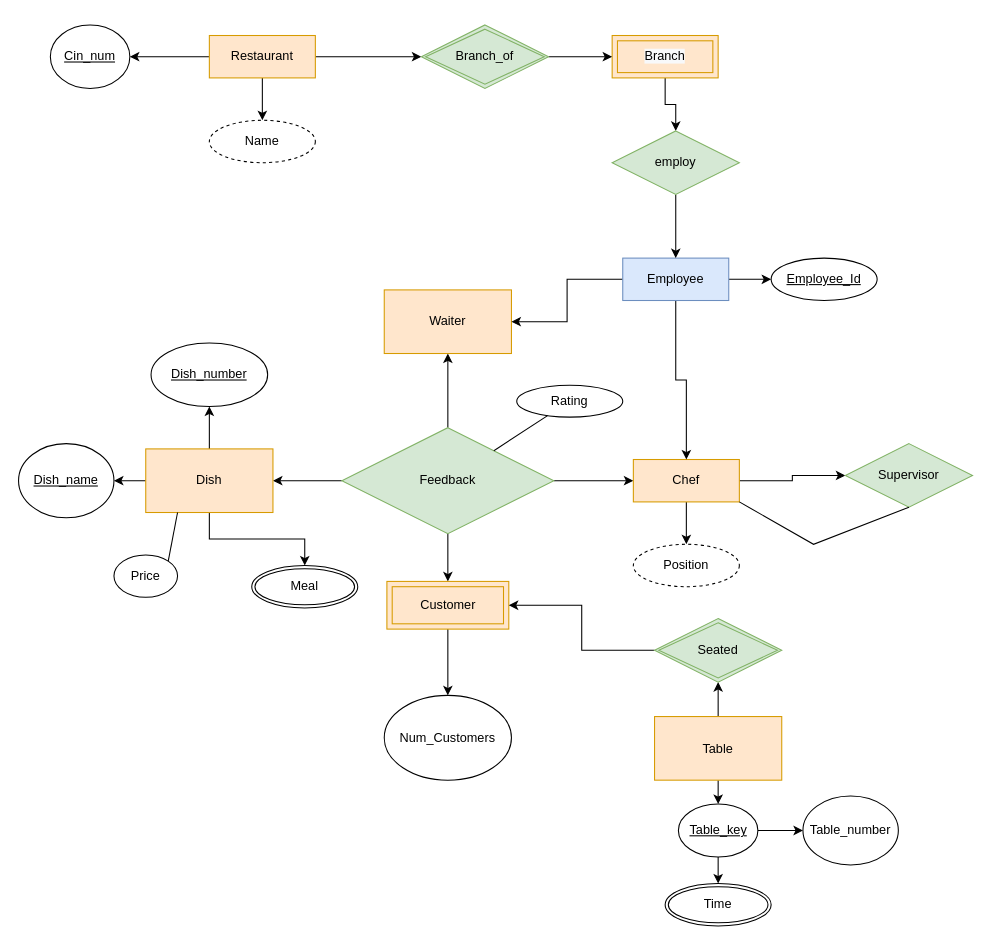
This is Restaurant Ratings.drawio from sarthaka1310/DAA, a draw.io file, before an edit. Source tidied: cells renumbered, new cells numbered last; positions are measured from the earlier drawing's top-left corner, leaving out a move shared by most shapes. Both pictures are drawn from the tidied source at 106%, with x=0, y=0 at pixel (18, 24).
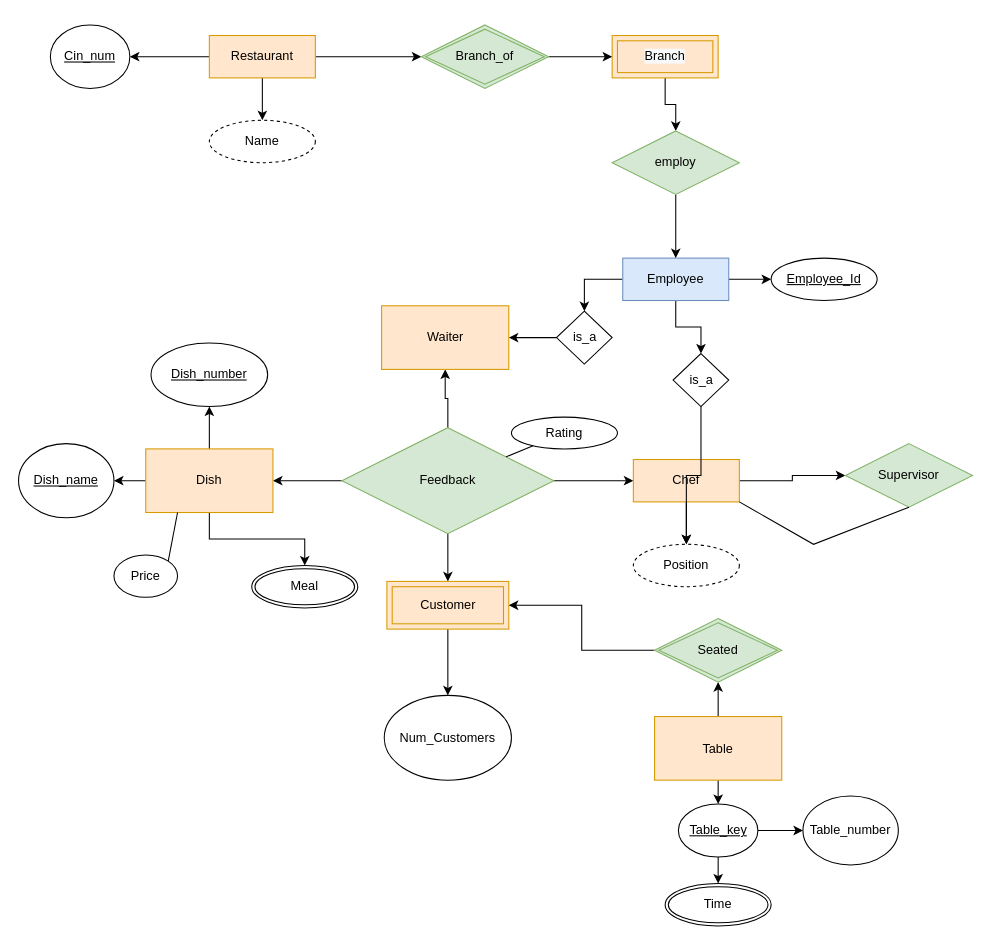
Above is the later version.

The change refers to these unchanged cells:
```xml
<mxCell id="9" value="Chef" style="whiteSpace=wrap;html=1;align=center;fillColor=#ffe6cc;strokeColor=#d79b00;" parent="1" vertex="1">
  <mxGeometry x="580" y="410" width="100" height="40" as="geometry" />
</mxCell>
<mxCell id="22" value="Employee" style="whiteSpace=wrap;html=1;align=center;fillColor=#dae8fc;strokeColor=#6c8ebf;" parent="1" vertex="1">
  <mxGeometry x="570" y="220" width="100" height="40" as="geometry" />
</mxCell>
<mxCell id="30" value="Position" style="ellipse;whiteSpace=wrap;html=1;align=center;dashed=1;" parent="1" vertex="1">
  <mxGeometry x="580" y="490" width="100" height="40" as="geometry" />
</mxCell>
```

What changed in the source:
```diff
@@
     <mxCell id="17" value="Waiter" style="whiteSpace=wrap;html=1;fillColor=#ffe6cc;strokeColor=#d79b00;" parent="1" vertex="1">
-      <mxGeometry x="345" y="250" width="120" height="60" as="geometry" />
+      <mxGeometry x="342.5" y="265" width="120" height="60" as="geometry" />
     </mxCell>
     <mxCell id="18" value="Rating" style="ellipse;whiteSpace=wrap;html=1;align=center;fontStyle=0;" parent="1" vertex="1">
-      <mxGeometry x="470" y="340" width="100" height="30" as="geometry" />
+      <mxGeometry x="465" y="370" width="100" height="30" as="geometry" />
     </mxCell>
@@
-    <mxCell id="20" style="edgeStyle=orthogonalEdgeStyle;rounded=0;jettySize=auto;html=1;" parent="1" edge="1" source="22" target="17">
-      <mxGeometry relative="1" as="geometry" />
-    </mxCell>
-    <mxCell id="21" style="edgeStyle=orthogonalEdgeStyle;rounded=0;jettySize=auto;html=1;" parent="1" edge="1" source="22" target="9">
-      <mxGeometry relative="1" as="geometry" />
-    </mxCell>
+    <mxCell id="55" style="edgeStyle=orthogonalEdgeStyle;rounded=0;jettySize=auto;html=1;" parent="1" edge="1" source="22" target="58">
+      <mxGeometry relative="1" as="geometry" />
+    </mxCell>
+    <mxCell id="56" style="edgeStyle=orthogonalEdgeStyle;rounded=0;jettySize=auto;html=1;" parent="1" edge="1" source="22" target="60">
+      <mxGeometry relative="1" as="geometry" />
+    </mxCell>
@@
+    <mxCell id="57" style="edgeStyle=orthogonalEdgeStyle;rounded=0;jettySize=auto;html=1;" parent="1" edge="1" source="58" target="30">
+      <mxGeometry relative="1" as="geometry" />
+    </mxCell>
+    <mxCell id="58" value="is_a" style="rhombus;whiteSpace=wrap;html=1;" parent="1" vertex="1">
+      <mxGeometry x="617.5" y="310" width="52.5" height="50" as="geometry" />
+    </mxCell>
+    <mxCell id="59" style="edgeStyle=orthogonalEdgeStyle;rounded=0;jettySize=auto;html=1;" parent="1" edge="1" source="60" target="17">
+      <mxGeometry relative="1" as="geometry" />
+    </mxCell>
+    <mxCell id="60" value="is_a" style="rhombus;whiteSpace=wrap;html=1;" parent="1" vertex="1">
+      <mxGeometry x="507.5" y="270" width="52.5" height="50" as="geometry" />
+    </mxCell>
```
